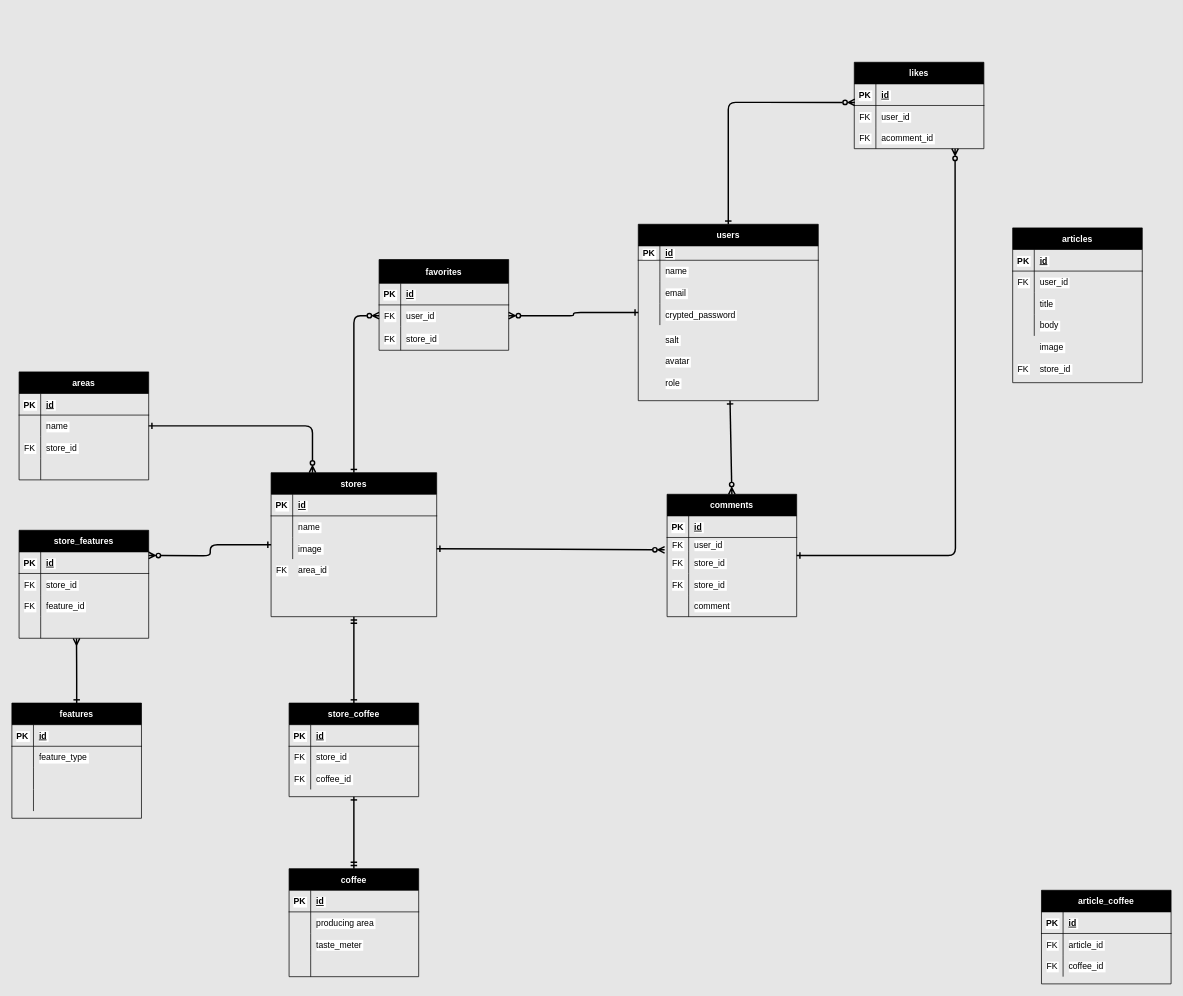
Earlier version of the draw.io diagram er.drawio (oldnew194/cold_brew_app). Source tidied: cells renumbered, new cells numbered last; positions are measured from the earlier drawing's top-left corner, leaving out a move shared by most shapes. Both pictures are drawn from the tidied source at 72%, with x=0, y=0 at pixel (12, 62).
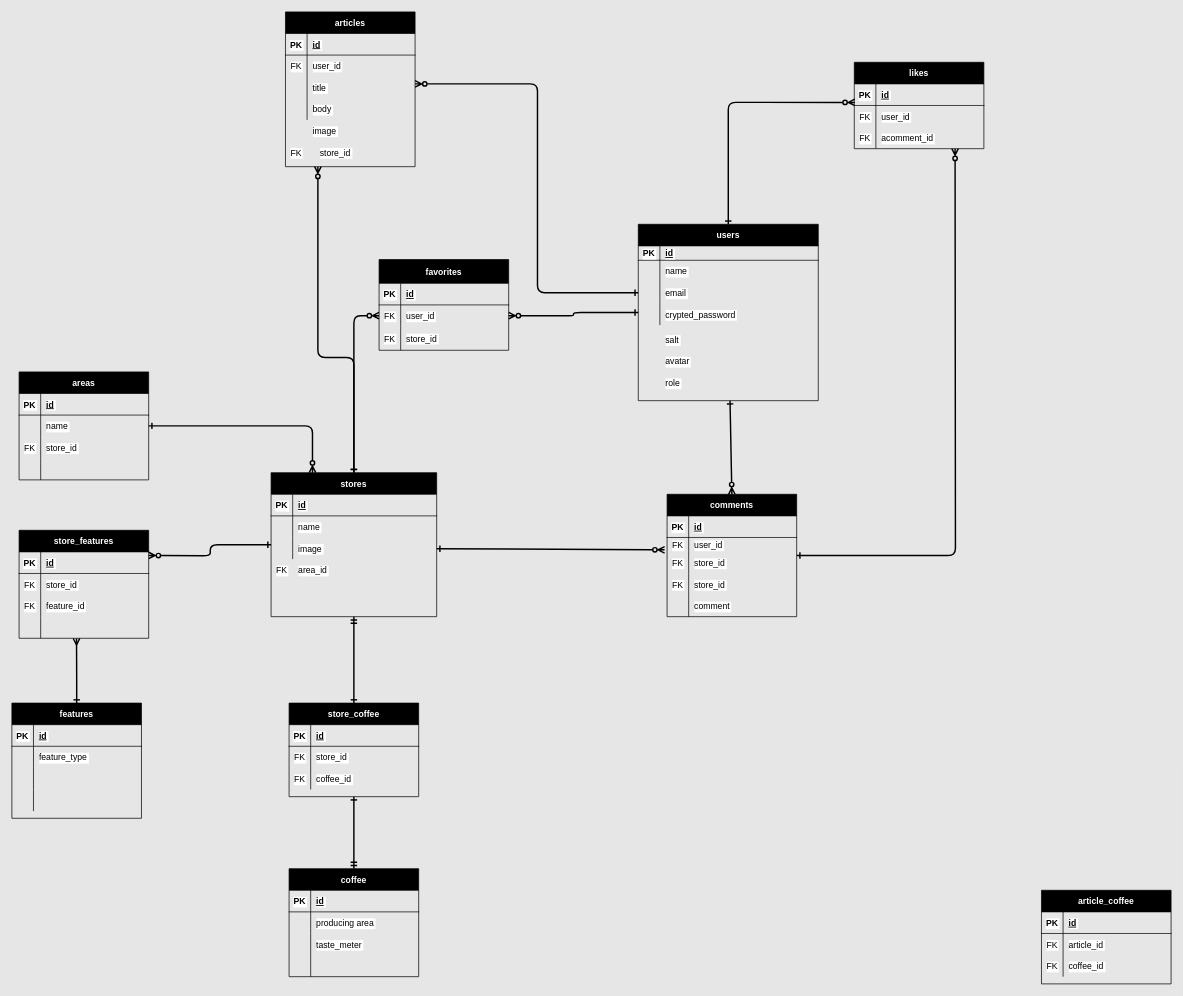
Above is the later version.

Unchanged cells that the change refers to:
```xml
<mxCell id="25" style="shape=partialRectangle;fillColor=none;top=0;left=0;bottom=0;right=0;points=[[0,0.5],[1,0.5]];portConstraint=eastwest;fontColor=#000000;labelBackgroundColor=#FFFFFF;strokeColor=#000000;" parent="18" vertex="1">
  <mxGeometry y="80" width="250" height="30" as="geometry" />
</mxCell>
<mxCell id="88" value="stores" style="shape=table;startSize=30;childLayout=tableLayout;rowLines=0;fontStyle=1;align=center;fontColor=#FFFFFF;labelBackgroundColor=#000000;strokeColor=#000000;fillColor=#000000;" parent="1" vertex="1">
  <mxGeometry x="360" y="570" width="230" height="200" as="geometry" />
</mxCell>
```

What changed in the source:
```diff
@@
     <mxCell id="2" value="articles" style="shape=table;startSize=30;childLayout=tableLayout;rowLines=0;fontStyle=1;align=center;fontColor=#FFFFFF;labelBackgroundColor=#000000;swimlaneFillColor=none;gradientColor=none;strokeColor=#000000;fillColor=#000000;" parent="1" vertex="1">
-      <mxGeometry x="1390" y="230" width="180" height="215" as="geometry" />
+      <mxGeometry x="380" y="-70" width="180" height="215" as="geometry" />
     </mxCell>
@@
+    <mxCell id="165" style="edgeStyle=orthogonalEdgeStyle;html=1;entryX=0.25;entryY=1;entryDx=0;entryDy=0;startArrow=ERone;startFill=0;endArrow=ERzeroToMany;endFill=0;strokeColor=#000000;strokeWidth=2;" parent="1" edge="1" source="88" target="2">
+      <mxGeometry relative="1" as="geometry">
+        <Array as="points">
+          <mxPoint x="475" y="410" />
+          <mxPoint x="425" y="410" />
+        </Array>
+      </mxGeometry>
+    </mxCell>
@@
     <mxCell id="122" value="image" style="shape=partialRectangle;fillColor=none;top=0;left=0;bottom=0;right=0;align=left;spacingLeft=6;overflow=hidden;fontColor=#000000;labelBackgroundColor=#FFFFFF;strokeColor=#000000;" parent="1" vertex="1">
-      <mxGeometry x="1420" y="380" width="150" height="30" as="geometry" />
+      <mxGeometry x="410" y="80" width="150" height="30" as="geometry" />
     </mxCell>
@@
     <mxCell id="162" value="store_id" style="shape=partialRectangle;fillColor=none;top=0;left=0;bottom=0;right=0;align=left;spacingLeft=6;overflow=hidden;fontColor=#000000;labelBackgroundColor=#FFFFFF;strokeColor=#000000;" parent="1" vertex="1">
-      <mxGeometry x="1420" y="410" width="150" height="30" as="geometry" />
+      <mxGeometry x="420" y="110" width="150" height="30" as="geometry" />
     </mxCell>
     <mxCell id="163" value="FK" style="shape=partialRectangle;fillColor=none;top=0;left=0;bottom=0;right=0;overflow=hidden;fontColor=#000000;labelBackgroundColor=#FFFFFF;strokeColor=#000000;" parent="1" vertex="1">
-      <mxGeometry x="1390" y="410" width="30" height="30" as="geometry" />
+      <mxGeometry x="380" y="110" width="30" height="30" as="geometry" />
     </mxCell>
@@
+    <mxCell id="166" style="edgeStyle=orthogonalEdgeStyle;html=1;startArrow=ERone;startFill=0;strokeColor=#000000;endArrow=ERzeroToMany;endFill=0;strokeWidth=2;" parent="1" edge="1" source="25">
+      <mxGeometry relative="1" as="geometry">
+        <mxPoint x="560" y="30" as="targetPoint" />
+        <Array as="points">
+          <mxPoint x="730" y="320" />
+          <mxPoint x="730" y="30" />
+        </Array>
+      </mxGeometry>
+    </mxCell>
```
